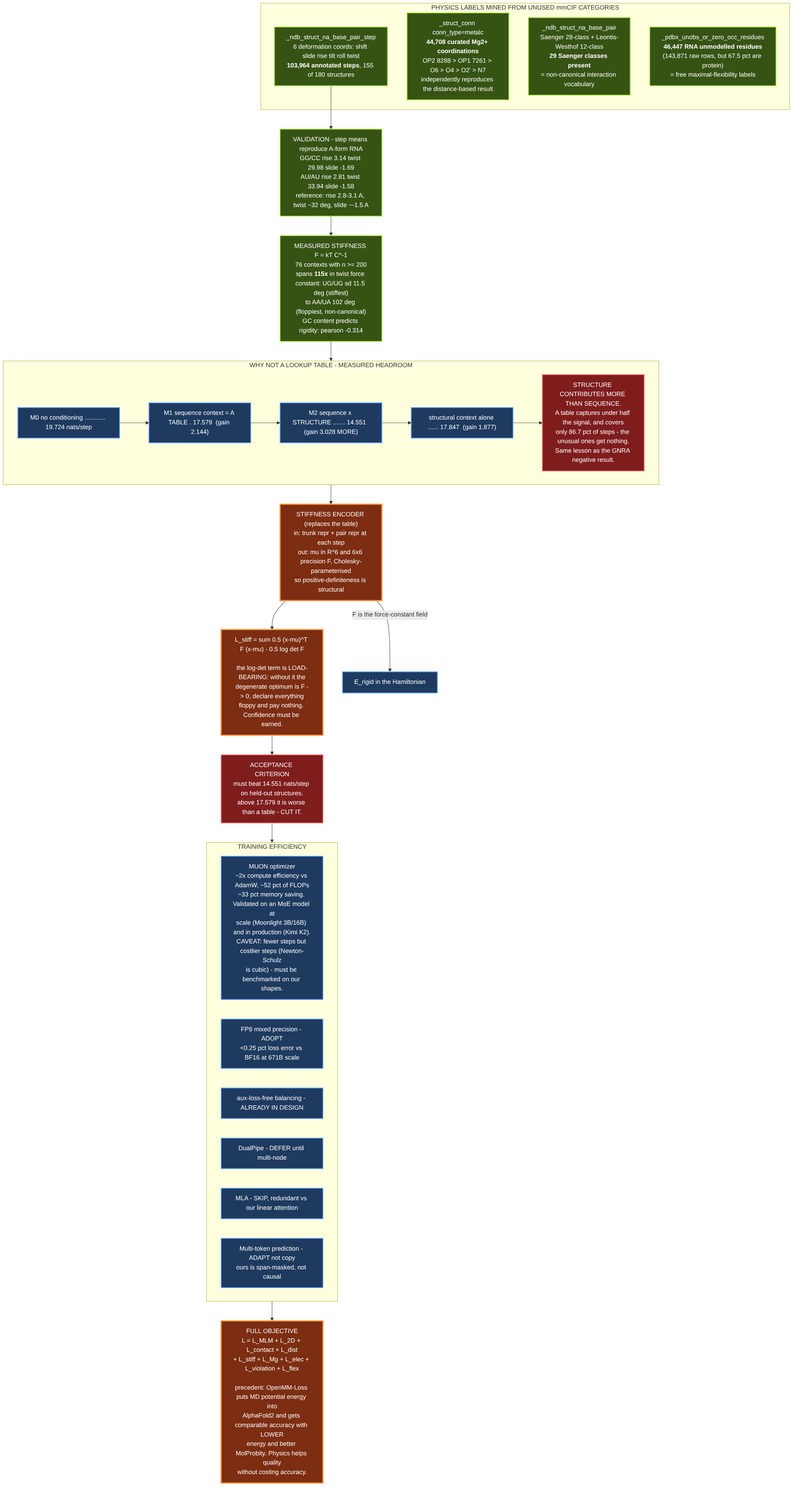
Before: research/architecture/diagrams/rendered/07-training-and-stiffness.png, a diagram exported from Mermaid (E-Motioner-X-SBS/sbs-rna). Its source is kept beside it as research/architecture/diagrams/07-training-and-stiffness.mmd. The source it was exported from:
```mermaid
graph TB
    subgraph MINED["PHYSICS LABELS MINED FROM UNUSED mmCIF CATEGORIES"]
        M1["_ndb_struct_na_base_pair_step<br/>6 deformation coords: shift slide rise tilt roll twist<br/><b>103,964 annotated steps</b>, 155 of 180 structures"]
        M2["_struct_conn conn_type=metalc<br/><b>44,708 curated Mg2+ coordinations</b><br/>OP2 8288 &gt; OP1 7261 &gt; O6 &gt; O4 &gt; O2' &gt; N7<br/>independently reproduces the distance-based result"]
        M3["_ndb_struct_na_base_pair<br/>Saenger 28-class + Leontis-Westhof 12-class<br/><b>29 Saenger classes present</b><br/>= non-canonical interaction vocabulary"]
        M4["_pdbx_unobs_or_zero_occ_residues<br/><b>46,447 RNA unmodelled residues</b><br/>(143,871 raw rows, but 67.5 pct are protein)<br/>= free maximal-flexibility labels"]
    end

    VALID["VALIDATION - step means reproduce A-form RNA<br/>GG/CC rise 3.14 twist 29.98 slide -1.69<br/>AU/AU rise 2.81 twist 33.94 slide -1.58<br/>reference: rise 2.8-3.1 A, twist ~32 deg, slide ~-1.5 A"]
    M1 --> VALID

    STIFF["MEASURED STIFFNESS F = kT C^-1<br/>76 contexts with n &gt;= 200<br/>spans <b>115x</b> in twist force constant: UG/UG sd 11.5 deg (stiffest)<br/>to AA/UA 102 deg (floppiest, non-canonical)<br/>GC content predicts rigidity: pearson -0.314"]
    VALID --> STIFF

    subgraph WHY["WHY NOT A LOOKUP TABLE - MEASURED HEADROOM"]
        H0["M0 no conditioning ............ 19.724 nats/step"]
        H1["M1 sequence context = A TABLE . 17.579  (gain 2.144)"]
        H2["M2 sequence x STRUCTURE ....... 14.551  (gain 3.028 MORE)"]
        H3["structural context alone ...... 17.847  (gain 1.877)"]
        H4["STRUCTURE CONTRIBUTES MORE THAN SEQUENCE.<br/>A table captures under half the signal, and covers<br/>only 86.7 pct of steps - the unusual ones get nothing.<br/>Same lesson as the GNRA negative result."]
        H0 --> H1 --> H2 --> H3 --> H4
    end
    STIFF --> WHY

    ENC["STIFFNESS ENCODER (replaces the table)<br/>in: trunk repr + pair repr at each step<br/>out: mu in R^6 and 6x6 precision F, Cholesky-parameterised<br/>so positive-definiteness is structural"]
    LOSS["L_stiff = sum 0.5 (x-mu)^T F (x-mu) - 0.5 log det F<br/><br/>the log-det term is LOAD-BEARING: without it the<br/>degenerate optimum is F -&gt; 0, declare everything<br/>floppy and pay nothing. Confidence must be earned."]
    ACC["ACCEPTANCE CRITERION<br/>must beat 14.551 nats/step on held-out structures.<br/>above 17.579 it is worse than a table - CUT IT."]
    WHY --> ENC --> LOSS --> ACC
    ENC -->|"F is the force-constant field"| ERIG["E_rigid in the Hamiltonian"]

    subgraph TRAIN["TRAINING EFFICIENCY"]
        T1["MUON optimizer<br/>~2x compute efficiency vs AdamW, ~52 pct of FLOPs<br/>~33 pct memory saving. Validated on an MoE model at<br/>scale (Moonlight 3B/16B) and in production (Kimi K2).<br/>CAVEAT: fewer steps but costlier steps (Newton-Schulz<br/>is cubic) - must be benchmarked on our shapes."]
        T2["FP8 mixed precision - ADOPT<br/>&lt;0.25 pct loss error vs BF16 at 671B scale"]
        T3["aux-loss-free balancing - ALREADY IN DESIGN"]
        T4["DualPipe - DEFER until multi-node"]
        T5["MLA - SKIP, redundant vs our linear attention"]
        T6["Multi-token prediction - ADAPT not copy<br/>ours is span-masked, not causal"]
    end
    ACC --> TRAIN

    OBJ["FULL OBJECTIVE<br/>L = L_MLM + L_2D + L_contact + L_dist<br/>+ L_stiff + L_Mg + L_elec + L_violation + L_flex<br/><br/>precedent: OpenMM-Loss puts MD potential energy into<br/>AlphaFold2 and gets comparable accuracy with LOWER<br/>energy and better MolProbity. Physics helps quality<br/>without costing accuracy."]
    TRAIN --> OBJ

    classDef mined fill:#365314,stroke:#a3e635,stroke-width:2px,color:#fff
    classDef meas fill:#1e3a5f,stroke:#60a5fa,stroke-width:2px,color:#fff
    classDef novel fill:#7c2d12,stroke:#fb923c,stroke-width:3px,color:#fff
    classDef warn fill:#7f1d1d,stroke:#f87171,stroke-width:2px,color:#fff
    class M1,M2,M3,M4,VALID,STIFF mined
    class H0,H1,H2,H3 meas
    class H4,ACC warn
    class ENC,LOSS,OBJ novel
    class T1,T2,T3,T4,T5,T6,ERIG meas
```
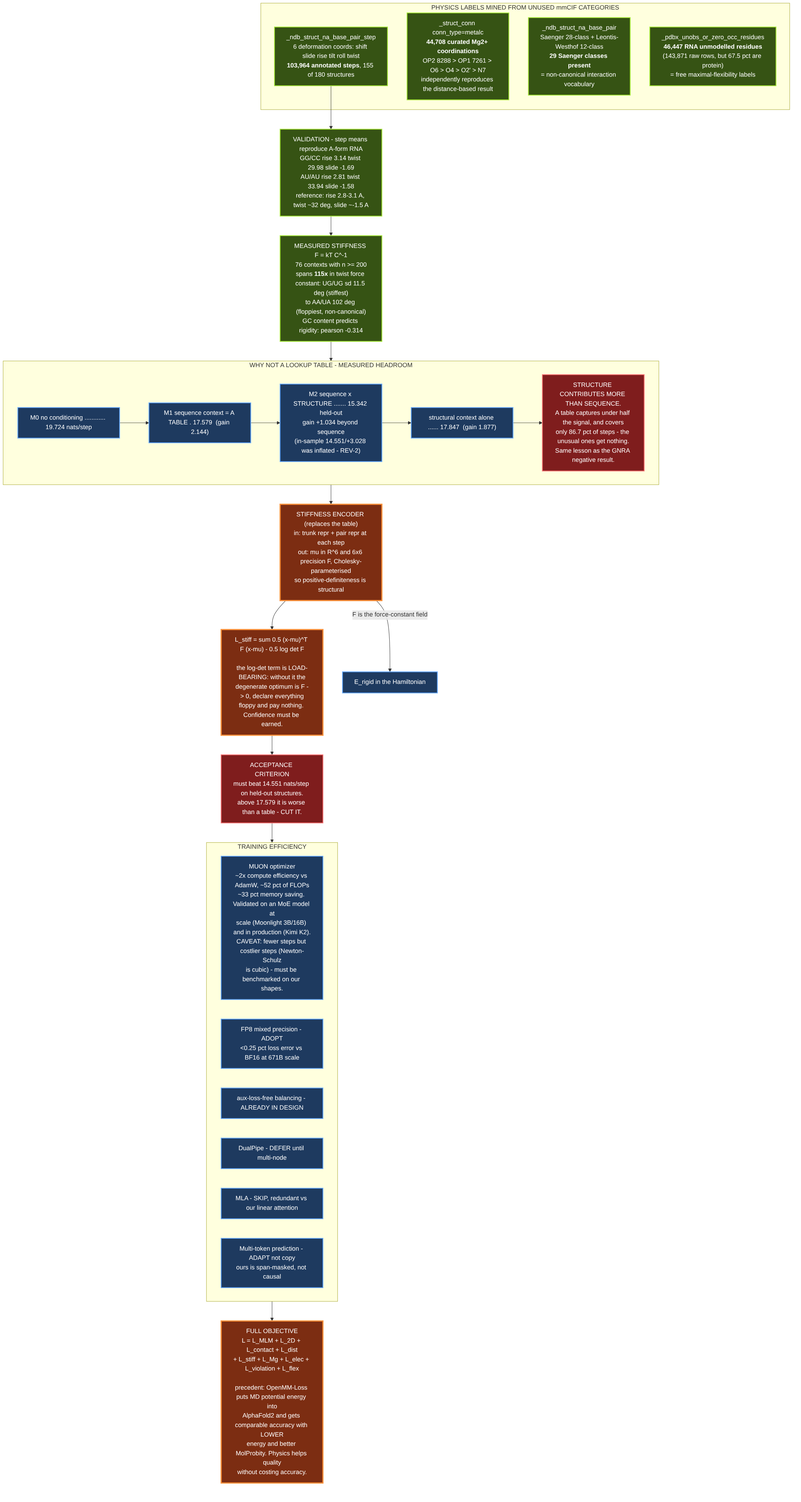
After the change.

Change to the diagram source:
```diff
@@ -15,7 +15,7 @@
     subgraph WHY["WHY NOT A LOOKUP TABLE - MEASURED HEADROOM"]
         H0["M0 no conditioning ............ 19.724 nats/step"]
         H1["M1 sequence context = A TABLE . 17.579  (gain 2.144)"]
-        H2["M2 sequence x STRUCTURE ....... 14.551  (gain 3.028 MORE)"]
+        H2["M2 sequence x STRUCTURE ....... 15.342 held-out<br/>gain +1.034 beyond sequence<br/>(in-sample 14.551/+3.028 was inflated - REV-2)"]
         H3["structural context alone ...... 17.847  (gain 1.877)"]
         H4["STRUCTURE CONTRIBUTES MORE THAN SEQUENCE.<br/>A table captures under half the signal, and covers<br/>only 86.7 pct of steps - the unusual ones get nothing.<br/>Same lesson as the GNRA negative result."]
         H0 --> H1 --> H2 --> H3 --> H4
```
